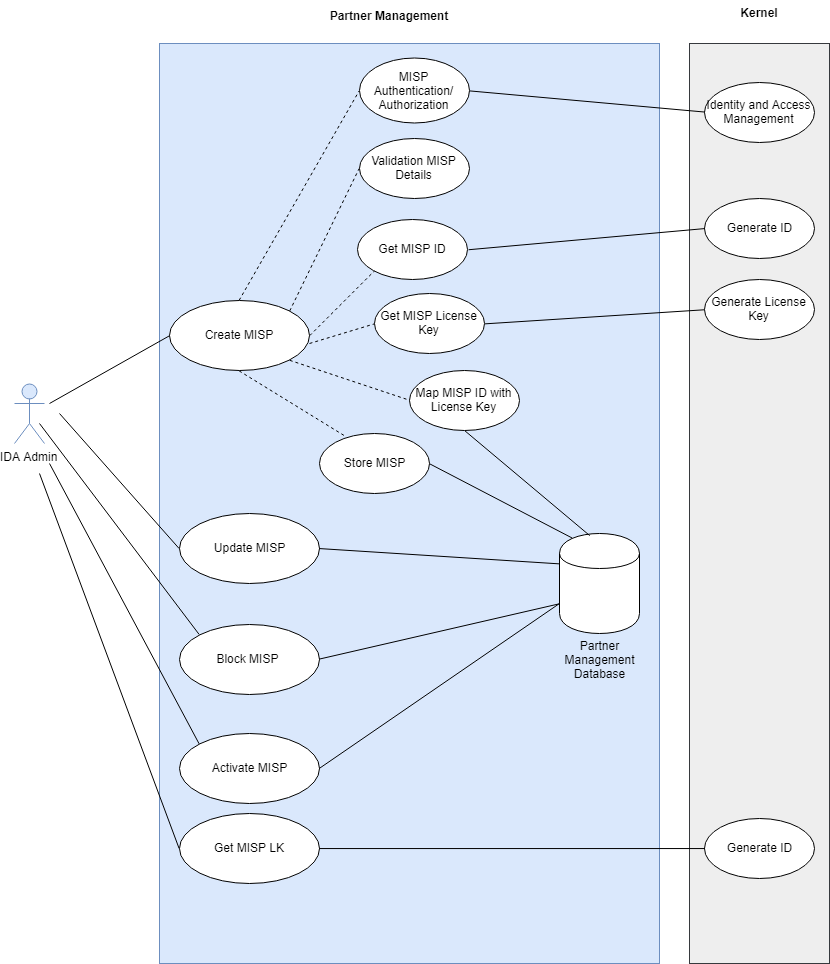
Before: _images/arch_diagrams/PMMISPMgmt.png, a diagram exported from draw.io (ssenmosip/mosip-temp-documentation). Source tidied: cells renumbered, new cells last; positions are measured from the earlier drawing's top-left corner, leaving out a move shared by most shapes.
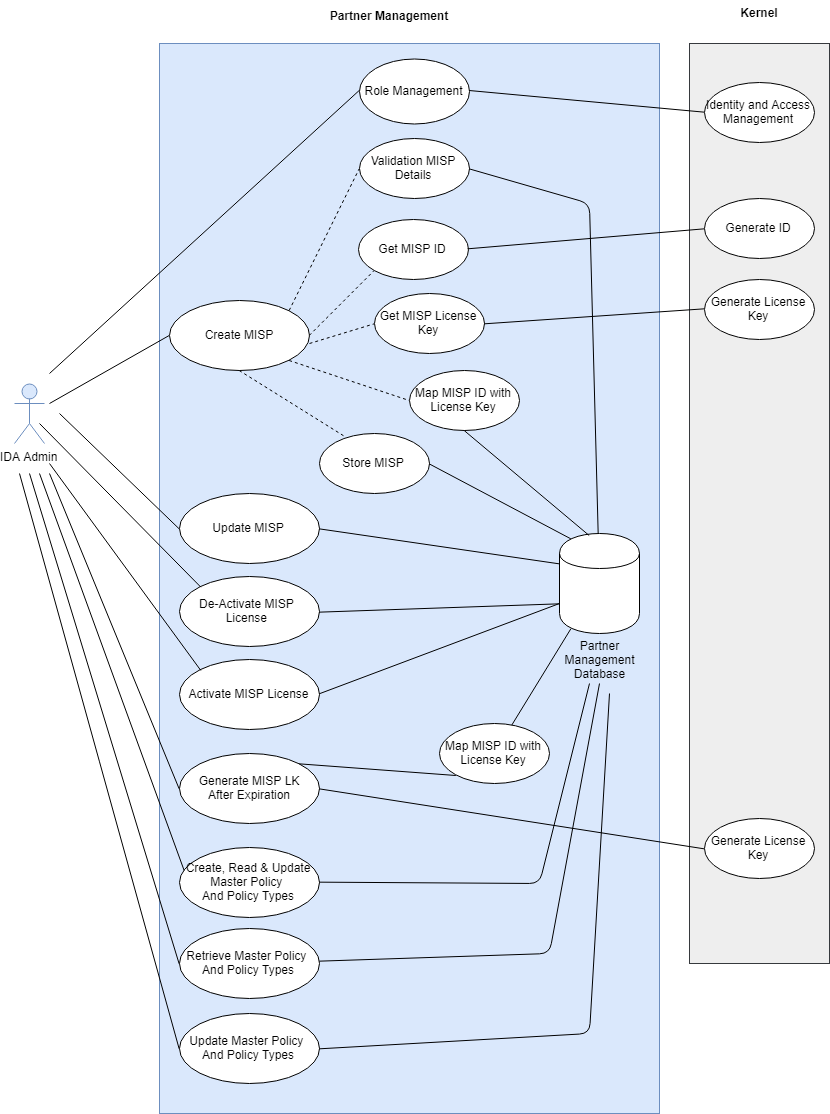
The same file after the commit.

Commit message:
Partner MAnagement High Level Design Changes

What changed in the source:
```diff
@@ -3,7 +3,7 @@
     <mxCell id="0" />
     <mxCell id="1" parent="0" />
     <mxCell id="2" style="html=1;fillColor=#dae8fc;strokeColor=#6c8ebf;" parent="1" vertex="1">
-      <mxGeometry x="145" y="43" width="500" height="920" as="geometry" />
+      <mxGeometry x="145" y="43" width="500" height="1070" as="geometry" />
     </mxCell>
     <mxCell id="3" value="IDA Admin" style="shape=umlActor;verticalLabelPosition=bottom;labelBackgroundColor=#ffffff;verticalAlign=top;html=1;fillColor=#dae8fc;strokeColor=#6c8ebf;" parent="1" vertex="1">
       <mxGeometry y="383" width="30" height="60" as="geometry" />
@@ -19,7 +19,7 @@
         <mxPoint x="35" y="403" as="sourcePoint" />
       </mxGeometry>
     </mxCell>
-    <mxCell id="7" value="MISP Authentication/&lt;br&gt;Authorization&lt;br&gt;" style="ellipse;whiteSpace=wrap;html=1;" parent="1" vertex="1">
+    <mxCell id="7" value="Role Management&lt;br&gt;" style="ellipse;whiteSpace=wrap;html=1;" parent="1" vertex="1">
       <mxGeometry x="345" y="58" width="110" height="65" as="geometry" />
     </mxCell>
     <mxCell id="8" value="Validation MISP Details&lt;br&gt;" style="ellipse;whiteSpace=wrap;html=1;rotation=0;" parent="1" vertex="1">
@@ -34,9 +34,6 @@
     <mxCell id="11" value="Map MISP ID with License Key&lt;br&gt;" style="ellipse;whiteSpace=wrap;html=1;rotation=0;" parent="1" vertex="1">
       <mxGeometry x="395" y="370" width="110" height="60" as="geometry" />
     </mxCell>
-    <mxCell id="12" style="endArrow=none;dashed=1;html=1;exitX=0.5;exitY=0;exitDx=0;exitDy=0;entryX=0;entryY=0.5;entryDx=0;entryDy=0;" parent="1" edge="1" source="5" target="7">
-      <mxGeometry relative="1" as="geometry" />
-    </mxCell>
     <mxCell id="13" style="endArrow=none;dashed=1;html=1;exitX=1;exitY=0;exitDx=0;exitDy=0;entryX=0;entryY=0.5;entryDx=0;entryDy=0;" parent="1" edge="1" source="5" target="8">
       <mxGeometry relative="1" as="geometry" />
     </mxCell>
@@ -51,14 +48,14 @@
     <mxCell id="16" style="endArrow=none;dashed=1;html=1;exitX=1;exitY=1;exitDx=0;exitDy=0;entryX=0;entryY=0.5;entryDx=0;entryDy=0;" parent="1" edge="1" source="5" target="11">
       <mxGeometry relative="1" as="geometry" />
     </mxCell>
-    <mxCell id="17" value="Block MISP&amp;nbsp;" style="ellipse;whiteSpace=wrap;html=1;" parent="1" vertex="1">
-      <mxGeometry x="165" y="624" width="140" height="70" as="geometry" />
+    <mxCell id="17" value="De-Activate MISP&amp;nbsp; License&amp;nbsp;" style="ellipse;whiteSpace=wrap;html=1;" parent="1" vertex="1">
+      <mxGeometry x="165" y="576" width="140" height="70" as="geometry" />
     </mxCell>
-    <mxCell id="18" value="Activate MISP" style="ellipse;whiteSpace=wrap;html=1;" parent="1" vertex="1">
-      <mxGeometry x="165" y="733" width="140" height="70" as="geometry" />
+    <mxCell id="18" value="Activate MISP License" style="ellipse;whiteSpace=wrap;html=1;" parent="1" vertex="1">
+      <mxGeometry x="165" y="659" width="140" height="70" as="geometry" />
     </mxCell>
-    <mxCell id="19" value="Get MISP LK" style="ellipse;whiteSpace=wrap;html=1;" parent="1" vertex="1">
-      <mxGeometry x="165" y="813" width="140" height="70" as="geometry" />
+    <mxCell id="19" value="Generate MISP LK&lt;br&gt;After Expiration&lt;br&gt;" style="ellipse;whiteSpace=wrap;html=1;" parent="1" vertex="1">
+      <mxGeometry x="165" y="753" width="140" height="70" as="geometry" />
     </mxCell>
     <mxCell id="20" style="shape=cylinder;whiteSpace=wrap;html=1;boundedLbl=1;backgroundOutline=1;" parent="1" vertex="1">
       <mxGeometry x="545" y="533" width="80" height="100" as="geometry" />
@@ -78,7 +75,7 @@
     </mxCell>
     <mxCell id="24" style="endArrow=none;html=1;entryX=0;entryY=0.5;entryDx=0;entryDy=0;" parent="1" edge="1" target="19">
       <mxGeometry relative="1" as="geometry">
-        <mxPoint x="25" y="473" as="sourcePoint" />
+        <mxPoint x="35" y="473" as="sourcePoint" />
       </mxGeometry>
     </mxCell>
     <mxCell id="25" value="Partner Management &lt;br&gt;Database" style="text;html=1;strokeColor=none;fillColor=none;align=center;verticalAlign=middle;whiteSpace=wrap;rounded=0;" parent="1" vertex="1">
@@ -90,7 +87,7 @@
       </mxGeometry>
     </mxCell>
     <mxCell id="27" value="Update MISP" style="ellipse;whiteSpace=wrap;html=1;" parent="1" vertex="1">
-      <mxGeometry x="165" y="513" width="140" height="70" as="geometry" />
+      <mxGeometry x="165" y="493" width="140" height="70" as="geometry" />
     </mxCell>
     <mxCell id="28" style="endArrow=none;html=1;entryX=0;entryY=0.5;entryDx=0;entryDy=0;" parent="1" edge="1" target="27">
       <mxGeometry relative="1" as="geometry">
@@ -130,7 +127,7 @@
     <mxCell id="39" style="endArrow=none;html=1;exitX=0;exitY=0.5;exitDx=0;exitDy=0;entryX=1;entryY=0.5;entryDx=0;entryDy=0;" parent="1" edge="1" source="43" target="10">
       <mxGeometry relative="1" as="geometry" />
     </mxCell>
-    <mxCell id="40" value="Generate ID&lt;br&gt;" style="ellipse;whiteSpace=wrap;html=1;rotation=0;" parent="1" vertex="1">
+    <mxCell id="40" value="Generate License Key&lt;br&gt;" style="ellipse;whiteSpace=wrap;html=1;rotation=0;" parent="1" vertex="1">
       <mxGeometry x="690" y="818" width="110" height="60" as="geometry" />
     </mxCell>
     <mxCell id="41" style="endArrow=none;html=1;exitX=0;exitY=0.5;exitDx=0;exitDy=0;entryX=1;entryY=0.5;entryDx=0;entryDy=0;" parent="1" edge="1" source="40" target="19">
@@ -142,5 +139,74 @@
     <mxCell id="43" value="Generate License Key&lt;br&gt;" style="ellipse;whiteSpace=wrap;html=1;rotation=0;" parent="1" vertex="1">
       <mxGeometry x="690" y="279" width="110" height="60" as="geometry" />
     </mxCell>
+    <mxCell id="44" style="endArrow=none;html=1;entryX=0;entryY=0.5;entryDx=0;entryDy=0;" parent="1" edge="1" target="7">
+      <mxGeometry relative="1" as="geometry">
+        <mxPoint x="35" y="373" as="sourcePoint" />
+      </mxGeometry>
+    </mxCell>
+    <mxCell id="45" style="endArrow=none;html=1;exitX=1;exitY=0.5;exitDx=0;exitDy=0;" parent="1" edge="1" source="8" target="20">
+      <mxGeometry relative="1" as="geometry">
+        <Array as="points">
+          <mxPoint x="575" y="203" />
+        </Array>
+      </mxGeometry>
+    </mxCell>
+    <mxCell id="46" value="Map MISP ID with License Key&lt;br&gt;" style="ellipse;whiteSpace=wrap;html=1;rotation=0;" parent="1" vertex="1">
+      <mxGeometry x="425" y="723" width="110" height="60" as="geometry" />
+    </mxCell>
+    <mxCell id="47" style="endArrow=none;html=1;exitX=1;exitY=0;exitDx=0;exitDy=0;entryX=0;entryY=1;entryDx=0;entryDy=0;" parent="1" edge="1" source="19" target="46">
+      <mxGeometry relative="1" as="geometry" />
+    </mxCell>
+    <mxCell id="48" style="endArrow=none;html=1;entryX=0.15;entryY=0.95;entryDx=0;entryDy=0;entryPerimeter=0;" parent="1" edge="1" source="46" target="20">
+      <mxGeometry relative="1" as="geometry" />
+    </mxCell>
+    <mxCell id="49" value="Create, Read &amp;amp; Update Master Policy &lt;br&gt;And Policy Types&lt;br&gt;" style="ellipse;whiteSpace=wrap;html=1;" parent="1" vertex="1">
+      <mxGeometry x="165" y="847" width="140" height="70" as="geometry" />
+    </mxCell>
+    <mxCell id="50" style="endArrow=none;html=1;entryX=0.039;entryY=0.328;entryDx=0;entryDy=0;entryPerimeter=0;" parent="1" edge="1" target="49">
+      <mxGeometry relative="1" as="geometry">
+        <mxPoint x="25" y="473" as="sourcePoint" />
+      </mxGeometry>
+    </mxCell>
+    <mxCell id="51" style="endArrow=none;html=1;exitX=1;exitY=0.5;exitDx=0;exitDy=0;" parent="1" edge="1" source="49">
+      <mxGeometry relative="1" as="geometry">
+        <mxPoint x="575" y="683" as="targetPoint" />
+        <Array as="points">
+          <mxPoint x="525" y="883" />
+        </Array>
+      </mxGeometry>
+    </mxCell>
+    <mxCell id="52" value="Retrieve Master Policy &lt;br&gt;And Policy Types&lt;br&gt;" style="ellipse;whiteSpace=wrap;html=1;" parent="1" vertex="1">
+      <mxGeometry x="165" y="928" width="140" height="70" as="geometry" />
+    </mxCell>
+    <mxCell id="53" value="Update Master Policy &lt;br&gt;And Policy Types&lt;br&gt;" style="ellipse;whiteSpace=wrap;html=1;" parent="1" vertex="1">
+      <mxGeometry x="165" y="1013" width="140" height="70" as="geometry" />
+    </mxCell>
+    <mxCell id="54" style="endArrow=none;html=1;entryX=0;entryY=0.5;entryDx=0;entryDy=0;" parent="1" edge="1" target="52">
+      <mxGeometry relative="1" as="geometry">
+        <mxPoint x="15" y="473" as="sourcePoint" />
+      </mxGeometry>
+    </mxCell>
+    <mxCell id="55" style="endArrow=none;html=1;entryX=0;entryY=0.5;entryDx=0;entryDy=0;" parent="1" edge="1" target="53">
+      <mxGeometry relative="1" as="geometry">
+        <mxPoint x="5" y="473" as="sourcePoint" />
+      </mxGeometry>
+    </mxCell>
+    <mxCell id="56" style="endArrow=none;html=1;" parent="1" edge="1" source="52">
+      <mxGeometry relative="1" as="geometry">
+        <mxPoint x="585" y="683" as="targetPoint" />
+        <Array as="points">
+          <mxPoint x="535" y="953" />
+        </Array>
+      </mxGeometry>
+    </mxCell>
+    <mxCell id="57" style="endArrow=none;html=1;exitX=1;exitY=0.5;exitDx=0;exitDy=0;" parent="1" edge="1" source="53">
+      <mxGeometry relative="1" as="geometry">
+        <mxPoint x="595" y="693" as="targetPoint" />
+        <Array as="points">
+          <mxPoint x="575" y="1033" />
+        </Array>
+      </mxGeometry>
+    </mxCell>
   </root>
 </mxGraphModel>
```
